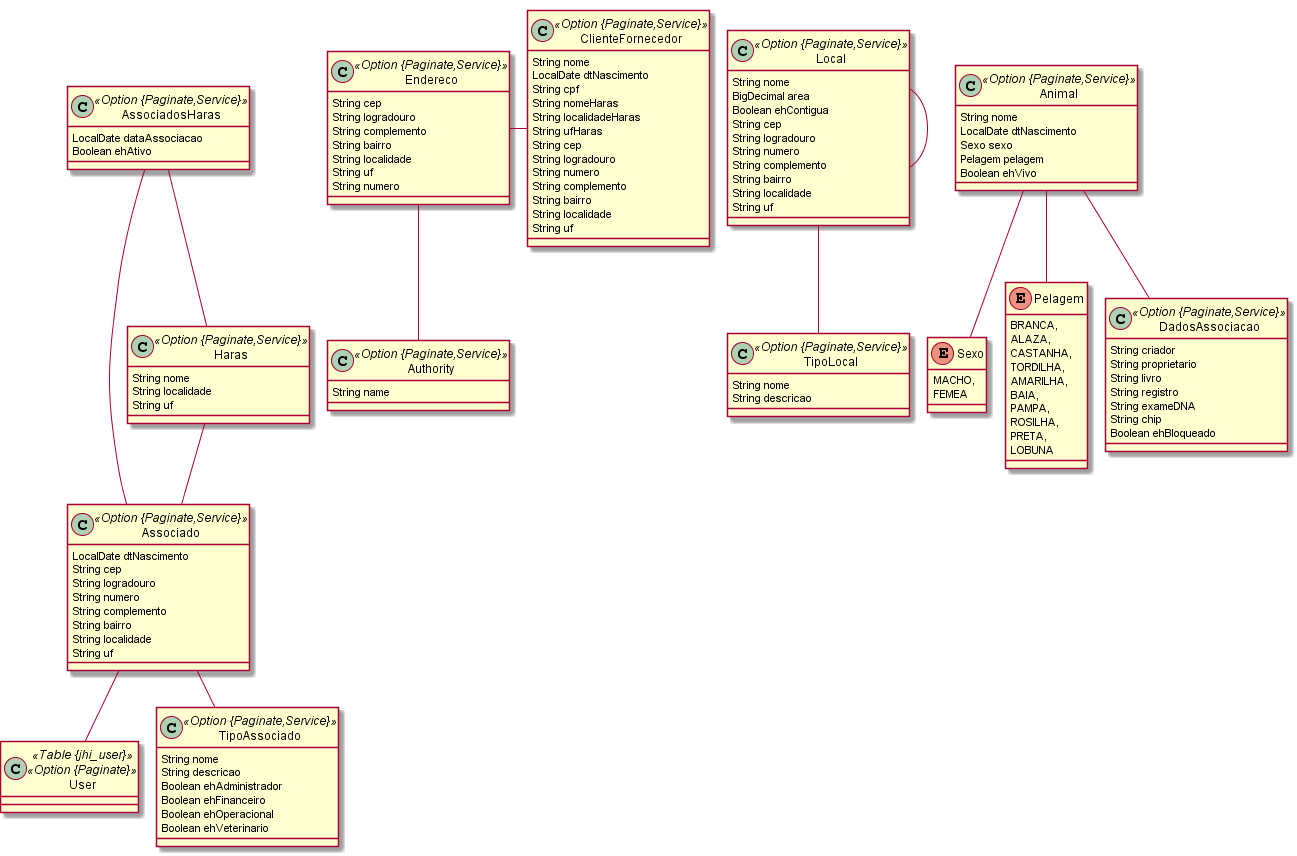
Earlier version of the PlantUML export mmgestor.png (mjagfilho/mmgestor).
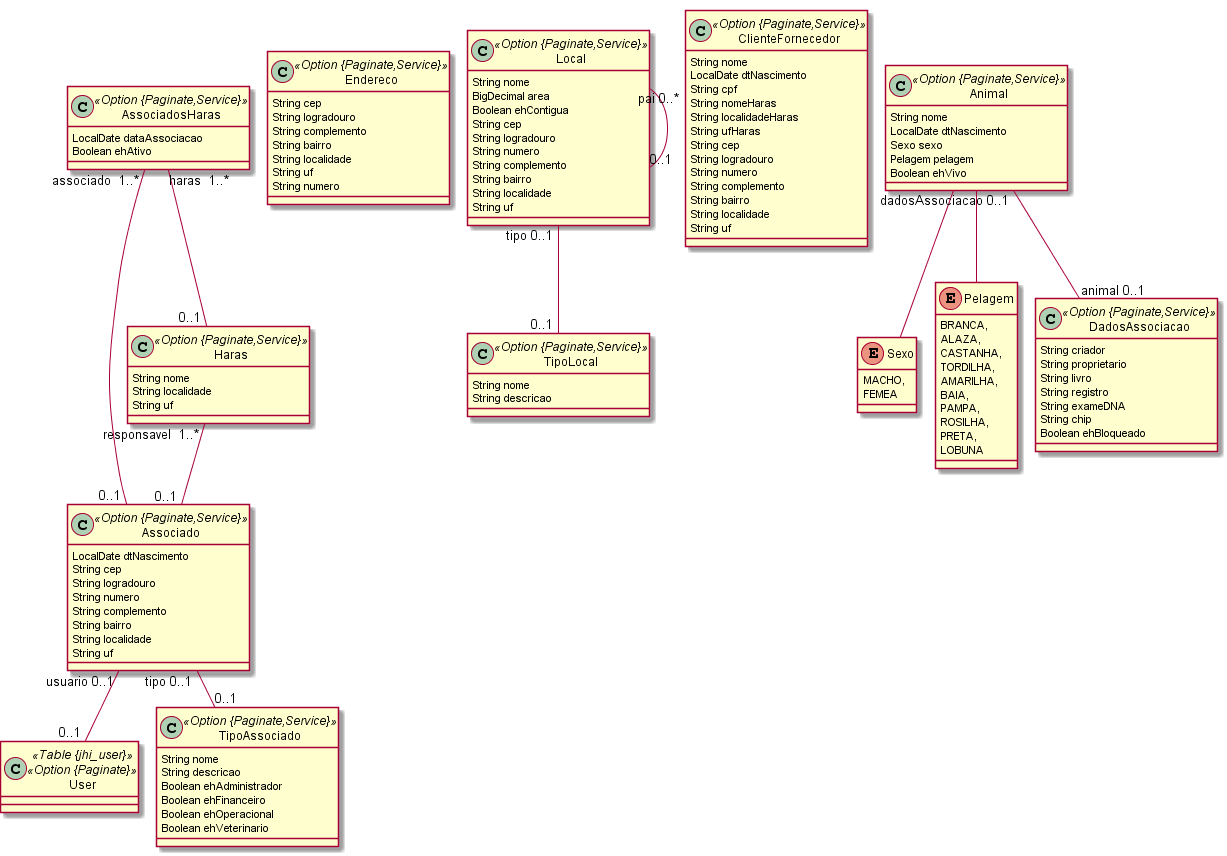
Above is the later version.

Diff of the diagram source:
```diff
@@ -112,7 +112,4 @@
 	AssociadosHaras  "associado  1..* " o-- "0..1 "  Associado
 	AssociadosHaras  "haras  1..* " o-- "0..1 "  Haras
 	Local  "pai 0..* " o-- "0..1 "  Local
-	class Authority <<Option {Paginate,Service}>> {
-		String name
-	}
 @enduml
```
